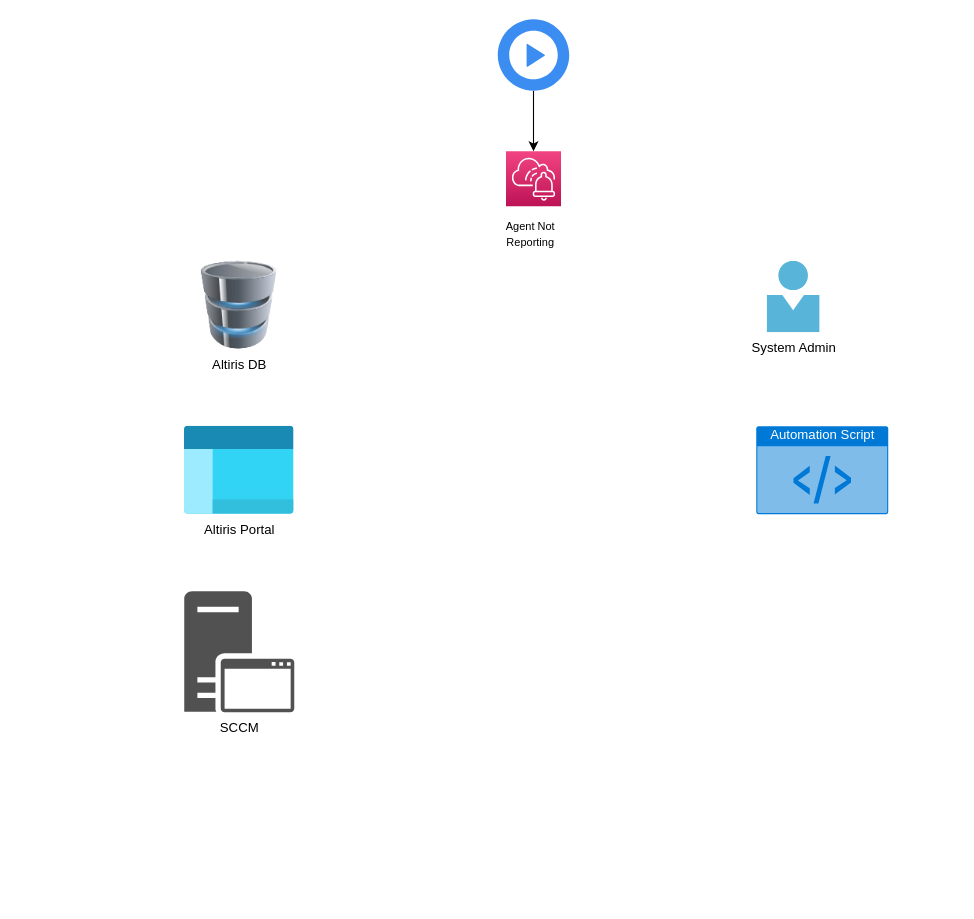
Earlier version of the draw.io diagram AgentUninstallAlgorithm.drawio (sandeepshenoyh/MyCode). Source tidied: cells renumbered, new cells numbered last; positions are measured from the earlier drawing's top-left corner, leaving out a move shared by most shapes. Both pictures are drawn from the tidied source at 110%, with x=0, y=0 at pixel (184, 19).
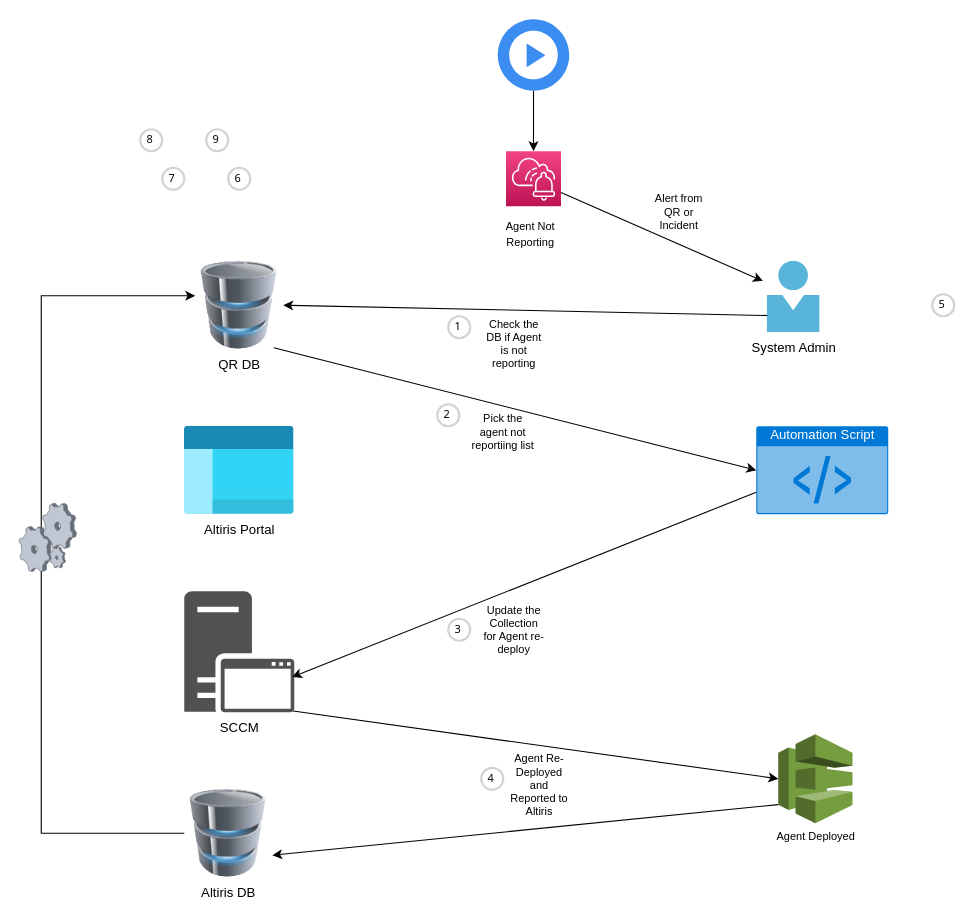
The same page after the edit.

Unchanged cells that the change refers to:
```xml
<mxCell id="4" value="SCCM" style="sketch=0;shadow=0;dashed=0;html=1;strokeColor=none;labelPosition=center;verticalLabelPosition=bottom;verticalAlign=top;align=center;fillColor=#515151;shape=mxgraph.mscae.system_center.secondary_site;" parent="1" vertex="1">
  <mxGeometry y="520" width="100" height="110" as="geometry" />
</mxCell>
<mxCell id="5" value="System Admin" style="sketch=0;html=1;points=[];align=center;image;fontSize=12;image=img/lib/mscae/Person.svg;" parent="1" vertex="1">
  <mxGeometry x="530" y="220" width="48.1" height="65" as="geometry" />
</mxCell>
<mxCell id="6" value="Automation Script" style="html=1;strokeColor=none;fillColor=#0079D6;labelPosition=center;verticalLabelPosition=middle;verticalAlign=top;align=center;fontSize=12;outlineConnect=0;spacingTop=-6;fontColor=#FFFFFF;sketch=0;shape=mxgraph.sitemap.script;" parent="1" vertex="1">
  <mxGeometry x="520" y="370" width="120" height="80" as="geometry" />
</mxCell>
<mxCell id="7" style="sketch=0;points=[[0,0,0],[0.25,0,0],[0.5,0,0],[0.75,0,0],[1,0,0],[0,1,0],[0.25,1,0],[0.5,1,0],[0.75,1,0],[1,1,0],[0,0.25,0],[0,0.5,0],[0,0.75,0],[1,0.25,0],[1,0.5,0],[1,0.75,0]];points=[[0,0,0],[0.25,0,0],[0.5,0,0],[0.75,0,0],[1,0,0],[0,1,0],[0.25,1,0],[0.5,1,0],[0.75,1,0],[1,1,0],[0,0.25,0],[0,0.5,0],[0,0.75,0],[1,0.25,0],[1,0.5,0],[1,0.75,0]];outlineConnect=0;fontColor=#232F3E;gradientColor=#F34482;gradientDirection=north;fillColor=#BC1356;strokeColor=#ffffff;dashed=0;verticalLabelPosition=bottom;verticalAlign=top;align=center;html=1;fontSize=12;fontStyle=0;shape=mxgraph.aws4.resourceIcon;resIcon=mxgraph.aws4.systems_manager_incident_manager;" parent="1" vertex="1">
  <mxGeometry x="292.5" y="120" width="50" height="50" as="geometry" />
</mxCell>
```

What changed in the source:
```diff
@@
-    <mxCell id="2" value="Altiris DB" style="image;html=1;image=img/lib/clip_art/computers/Database_128x128.png;" parent="1" vertex="1">
+    <mxCell id="2" value="QR DB" style="image;html=1;image=img/lib/clip_art/computers/Database_128x128.png;" parent="1" vertex="1">
       <mxGeometry x="10" y="220" width="80" height="80" as="geometry" />
     </mxCell>
@@
+    <mxCell id="11" style="endArrow=classic;html=1;rounded=0;fontSize=10;entryX=1;entryY=0.5;entryDx=0;entryDy=0;exitX=0;exitY=0.759;exitDx=0;exitDy=0;exitPerimeter=0;" parent="1" edge="1" source="5" target="2">
+      <mxGeometry relative="1" as="geometry" />
+    </mxCell>
+    <mxCell id="12" value="Check the DB if Agent is not reporting" style="text;html=1;strokeColor=none;fillColor=none;align=center;verticalAlign=middle;whiteSpace=wrap;rounded=0;fontSize=10;" parent="1" vertex="1">
+      <mxGeometry x="270" y="280" width="60" height="30" as="geometry" />
+    </mxCell>
+    <mxCell id="13" style="endArrow=classic;html=1;rounded=0;fontSize=10;exitX=1;exitY=0.75;exitDx=0;exitDy=0;exitPerimeter=0;entryX=-0.083;entryY=0.277;entryDx=0;entryDy=0;entryPerimeter=0;" parent="1" edge="1" source="7" target="5">
+      <mxGeometry relative="1" as="geometry" />
+    </mxCell>
+    <mxCell id="14" value="Alert from QR or Incident" style="text;html=1;strokeColor=none;fillColor=none;align=center;verticalAlign=middle;whiteSpace=wrap;rounded=0;fontSize=10;" parent="1" vertex="1">
+      <mxGeometry x="420" y="160" width="60" height="30" as="geometry" />
+    </mxCell>
+    <mxCell id="15" value="1" style="ellipse;whiteSpace=wrap;html=1;strokeWidth=2;fontFamily=Tahoma;spacingBottom=4;spacingRight=2;strokeColor=#d3d3d3;fontSize=10;" parent="1" vertex="1">
+      <mxGeometry x="240" y="270" width="20" height="20" as="geometry" />
+    </mxCell>
+    <mxCell id="16" value="2" style="ellipse;whiteSpace=wrap;html=1;strokeWidth=2;fontFamily=Tahoma;spacingBottom=4;spacingRight=2;strokeColor=#d3d3d3;fontSize=10;" parent="1" vertex="1">
+      <mxGeometry x="230" y="350" width="20" height="20" as="geometry" />
+    </mxCell>
+    <mxCell id="17" value="3" style="ellipse;whiteSpace=wrap;html=1;strokeWidth=2;fontFamily=Tahoma;spacingBottom=4;spacingRight=2;strokeColor=#d3d3d3;fontSize=10;" parent="1" vertex="1">
+      <mxGeometry x="240" y="545" width="20" height="20" as="geometry" />
+    </mxCell>
+    <mxCell id="18" value="5" style="ellipse;whiteSpace=wrap;html=1;strokeWidth=2;fontFamily=Tahoma;spacingBottom=4;spacingRight=2;strokeColor=#d3d3d3;fontSize=10;" parent="1" vertex="1">
+      <mxGeometry x="680" y="250" width="20" height="20" as="geometry" />
+    </mxCell>
+    <mxCell id="19" value="6" style="ellipse;whiteSpace=wrap;html=1;strokeWidth=2;fontFamily=Tahoma;spacingBottom=4;spacingRight=2;strokeColor=#d3d3d3;fontSize=10;" parent="1" vertex="1">
+      <mxGeometry x="40" y="135" width="20" height="20" as="geometry" />
+    </mxCell>
+    <mxCell id="20" value="7" style="ellipse;whiteSpace=wrap;html=1;strokeWidth=2;fontFamily=Tahoma;spacingBottom=4;spacingRight=2;strokeColor=#d3d3d3;fontSize=10;" parent="1" vertex="1">
+      <mxGeometry x="-20" y="135" width="20" height="20" as="geometry" />
+    </mxCell>
+    <mxCell id="21" value="8" style="ellipse;whiteSpace=wrap;html=1;strokeWidth=2;fontFamily=Tahoma;spacingBottom=4;spacingRight=2;strokeColor=#d3d3d3;fontSize=10;" parent="1" vertex="1">
+      <mxGeometry x="-40" y="100" width="20" height="20" as="geometry" />
+    </mxCell>
+    <mxCell id="22" value="9" style="ellipse;whiteSpace=wrap;html=1;strokeWidth=2;fontFamily=Tahoma;spacingBottom=4;spacingRight=2;strokeColor=#d3d3d3;fontSize=10;" parent="1" vertex="1">
+      <mxGeometry x="20" y="100" width="20" height="20" as="geometry" />
+    </mxCell>
+    <mxCell id="23" style="edgeStyle=orthogonalEdgeStyle;rounded=0;jettySize=auto;html=1;entryX=0;entryY=0.392;entryDx=0;entryDy=0;entryPerimeter=0;fontSize=10;" parent="1" edge="1" source="24" target="2">
+      <mxGeometry relative="1" as="geometry">
+        <Array as="points">
+          <mxPoint x="-130" y="740" />
+          <mxPoint x="-130" y="251" />
+        </Array>
+      </mxGeometry>
+    </mxCell>
+    <mxCell id="24" value="Altiris DB" style="image;html=1;image=img/lib/clip_art/computers/Database_128x128.png;" parent="1" vertex="1">
+      <mxGeometry y="700" width="80" height="80" as="geometry" />
+    </mxCell>
+    <mxCell id="25" style="verticalLabelPosition=bottom;sketch=0;html=1;verticalAlign=top;strokeColor=none;align=center;shape=mxgraph.citrix.process;fontSize=10;" parent="1" vertex="1">
+      <mxGeometry x="-150" y="440" width="52" height="62" as="geometry" />
+    </mxCell>
+    <mxCell id="26" style="endArrow=classic;html=1;rounded=0;fontSize=10;exitX=0.892;exitY=0.983;exitDx=0;exitDy=0;exitPerimeter=0;entryX=0;entryY=0.5;entryDx=0;entryDy=0;entryPerimeter=0;" parent="1" edge="1" source="2" target="6">
+      <mxGeometry relative="1" as="geometry" />
+    </mxCell>
+    <mxCell id="27" style="endArrow=classic;html=1;rounded=0;fontSize=10;exitX=0;exitY=0.75;exitDx=0;exitDy=0;exitPerimeter=0;entryX=0.98;entryY=0.709;entryDx=0;entryDy=0;entryPerimeter=0;" parent="1" edge="1" source="6" target="4">
+      <mxGeometry relative="1" as="geometry" />
+    </mxCell>
+    <mxCell id="28" value="Pick the agent not reportiing list" style="text;html=1;strokeColor=none;fillColor=none;align=center;verticalAlign=middle;whiteSpace=wrap;rounded=0;fontSize=10;" parent="1" vertex="1">
+      <mxGeometry x="260" y="360" width="60" height="30" as="geometry" />
+    </mxCell>
+    <mxCell id="29" value="Update the Collection for Agent re-deploy" style="text;html=1;strokeColor=none;fillColor=none;align=center;verticalAlign=middle;whiteSpace=wrap;rounded=0;fontSize=10;" parent="1" vertex="1">
+      <mxGeometry x="270" y="540" width="60" height="30" as="geometry" />
+    </mxCell>
+    <mxCell id="30" value="Agent Deployed" style="outlineConnect=0;dashed=0;verticalLabelPosition=bottom;verticalAlign=top;align=center;html=1;shape=mxgraph.aws3.codedeploy;fillColor=#759C3E;gradientColor=none;fontSize=10;" parent="1" vertex="1">
+      <mxGeometry x="540" y="650" width="67.5" height="81" as="geometry" />
+    </mxCell>
+    <mxCell id="31" style="endArrow=classic;html=1;rounded=0;fontSize=10;exitX=0.99;exitY=0.99;exitDx=0;exitDy=0;exitPerimeter=0;entryX=0;entryY=0.5;entryDx=0;entryDy=0;entryPerimeter=0;" parent="1" edge="1" source="4" target="30">
+      <mxGeometry relative="1" as="geometry" />
+    </mxCell>
+    <mxCell id="32" style="endArrow=classic;html=1;rounded=0;fontSize=10;entryX=1;entryY=0.75;entryDx=0;entryDy=0;exitX=0;exitY=0.79;exitDx=0;exitDy=0;exitPerimeter=0;" parent="1" edge="1" source="30" target="24">
+      <mxGeometry relative="1" as="geometry" />
+    </mxCell>
+    <mxCell id="33" value="4" style="ellipse;whiteSpace=wrap;html=1;strokeWidth=2;fontFamily=Tahoma;spacingBottom=4;spacingRight=2;strokeColor=#d3d3d3;fontSize=10;" parent="1" vertex="1">
+      <mxGeometry x="270" y="680.5" width="20" height="20" as="geometry" />
+    </mxCell>
+    <mxCell id="34" value="Agent Re-Deployed and Reported to Altiris" style="text;html=1;strokeColor=none;fillColor=none;align=center;verticalAlign=middle;whiteSpace=wrap;rounded=0;fontSize=10;" parent="1" vertex="1">
+      <mxGeometry x="293" y="681" width="60" height="30" as="geometry" />
+    </mxCell>
```
